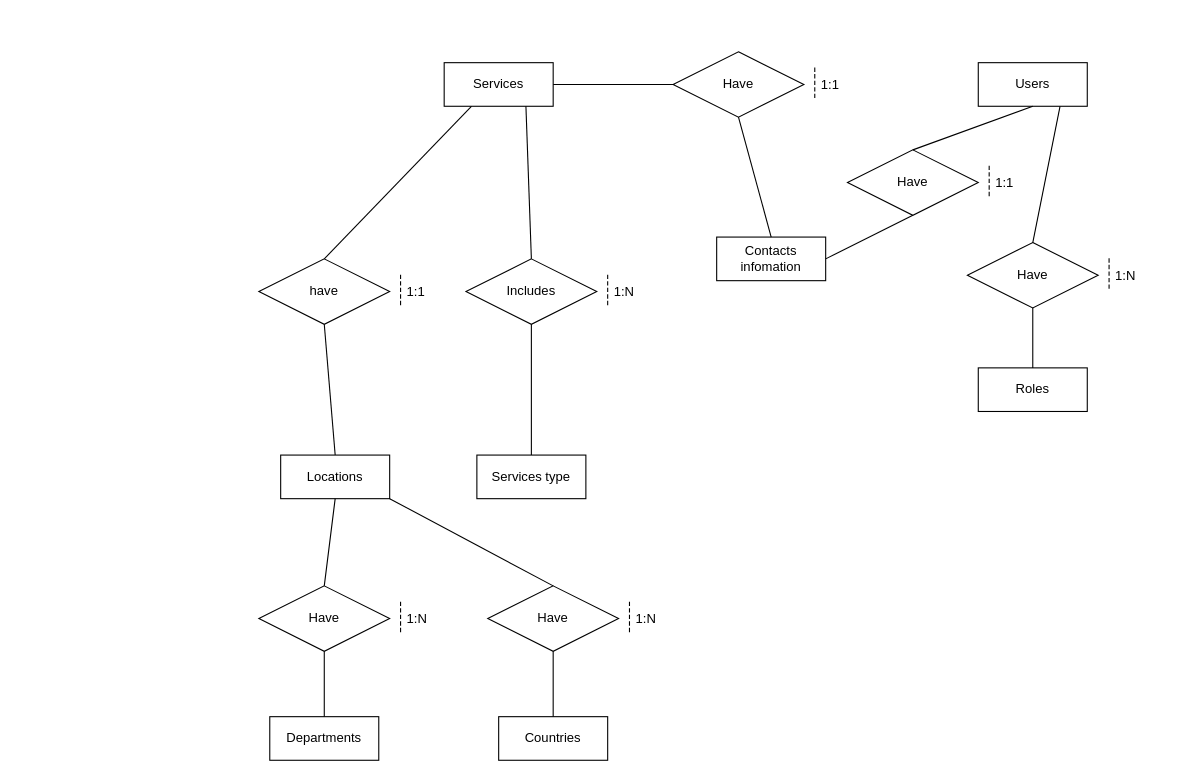
Earlier version of the draw.io diagram caminoDiagrams/Camino entidad relacion diagrama.drawio (DrDaxter/diagrams). Source tidied: cells renumbered, new cells numbered last; positions are measured from the earlier drawing's top-left corner, leaving out a move shared by most shapes. Both pictures are drawn from the tidied source at 109%, with x=0, y=0 at pixel (258, 51).
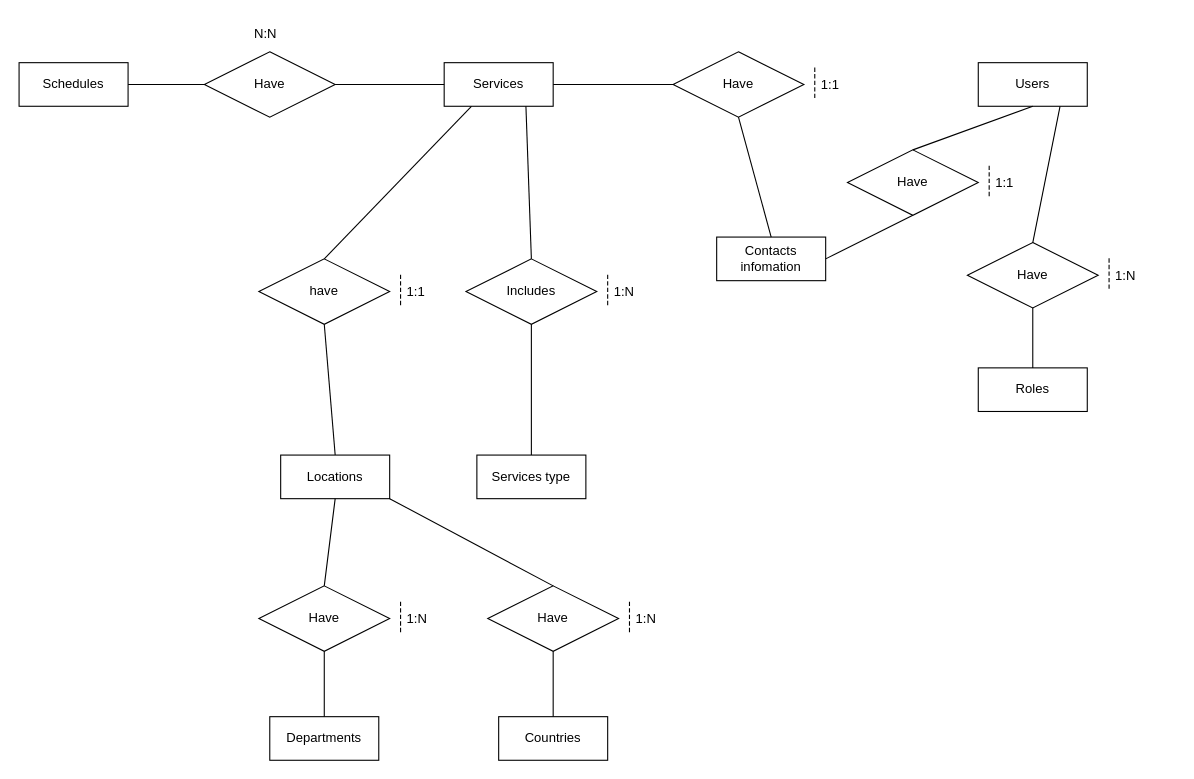
After the change.

Unchanged cells that the change refers to:
```xml
<mxCell id="2" value="Services" style="whiteSpace=wrap;html=1;align=center;" parent="1" vertex="1">
  <mxGeometry x="170" y="10" width="100" height="40" as="geometry" />
</mxCell>
```

Diff of the diagram source:
```diff
@@
+    <mxCell id="46" value="Schedules" style="whiteSpace=wrap;html=1;align=center;" parent="1" vertex="1">
+      <mxGeometry x="-220" y="10" width="100" height="40" as="geometry" />
+    </mxCell>
+    <mxCell id="47" value="Have" style="shape=rhombus;perimeter=rhombusPerimeter;whiteSpace=wrap;html=1;align=center;" parent="1" vertex="1">
+      <mxGeometry x="-50" width="120" height="60" as="geometry" />
+    </mxCell>
+    <mxCell id="48" style="endArrow=none;html=1;rounded=0;exitX=1;exitY=0.5;exitDx=0;exitDy=0;entryX=0;entryY=0.5;entryDx=0;entryDy=0;" parent="1" edge="1" source="46" target="47">
+      <mxGeometry relative="1" as="geometry" />
+    </mxCell>
+    <mxCell id="49" style="endArrow=none;html=1;rounded=0;exitX=0;exitY=0.5;exitDx=0;exitDy=0;entryX=1;entryY=0.5;entryDx=0;entryDy=0;" parent="1" edge="1" source="2" target="47">
+      <mxGeometry relative="1" as="geometry" />
+    </mxCell>
+    <mxCell id="50" value="N:N" style="text;strokeColor=none;fillColor=none;spacingLeft=4;spacingRight=4;overflow=hidden;fontSize=12;whiteSpace=wrap;html=1;" parent="1" vertex="1">
+      <mxGeometry x="-10" y="-30" width="40" height="30" as="geometry" />
+    </mxCell>
```
